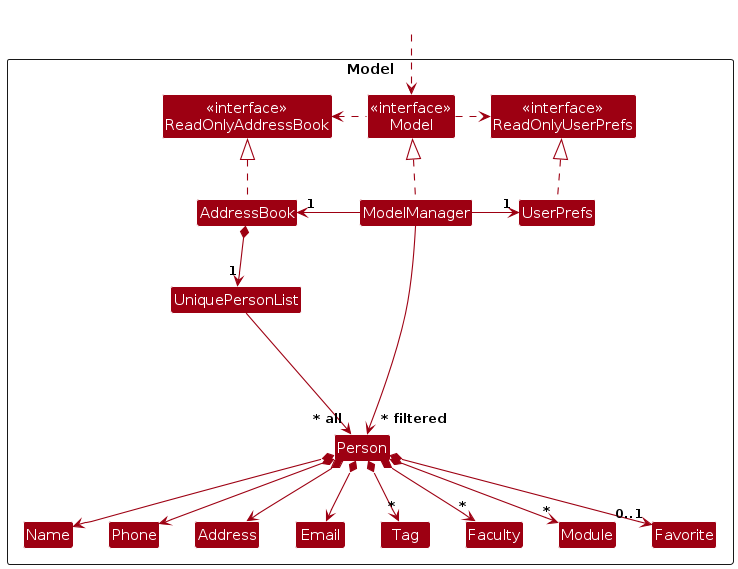
The PlantUML diagram diagrams/ModelClassDiagram.png in AY2526S1-CS2103T-T17-2/tp, before a commit. Its source is kept beside it as diagrams/ModelClassDiagram.puml.
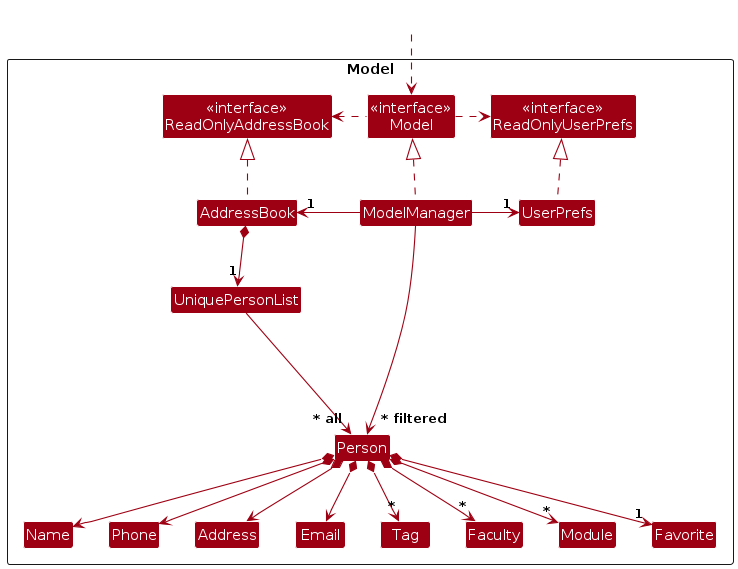
Later version of the same file.

The edit, as a diff of the source:
```diff
@@ -47,7 +47,7 @@
 Person *--> "*" Tag
 Person *--> "*" Faculty
 Person *--> "*" Module
-Person *--> "0..1" Favorite
+Person *--> "1" Favorite
 
 Person -[hidden]up--> I
 UniquePersonList -[hidden]right-> I
```
